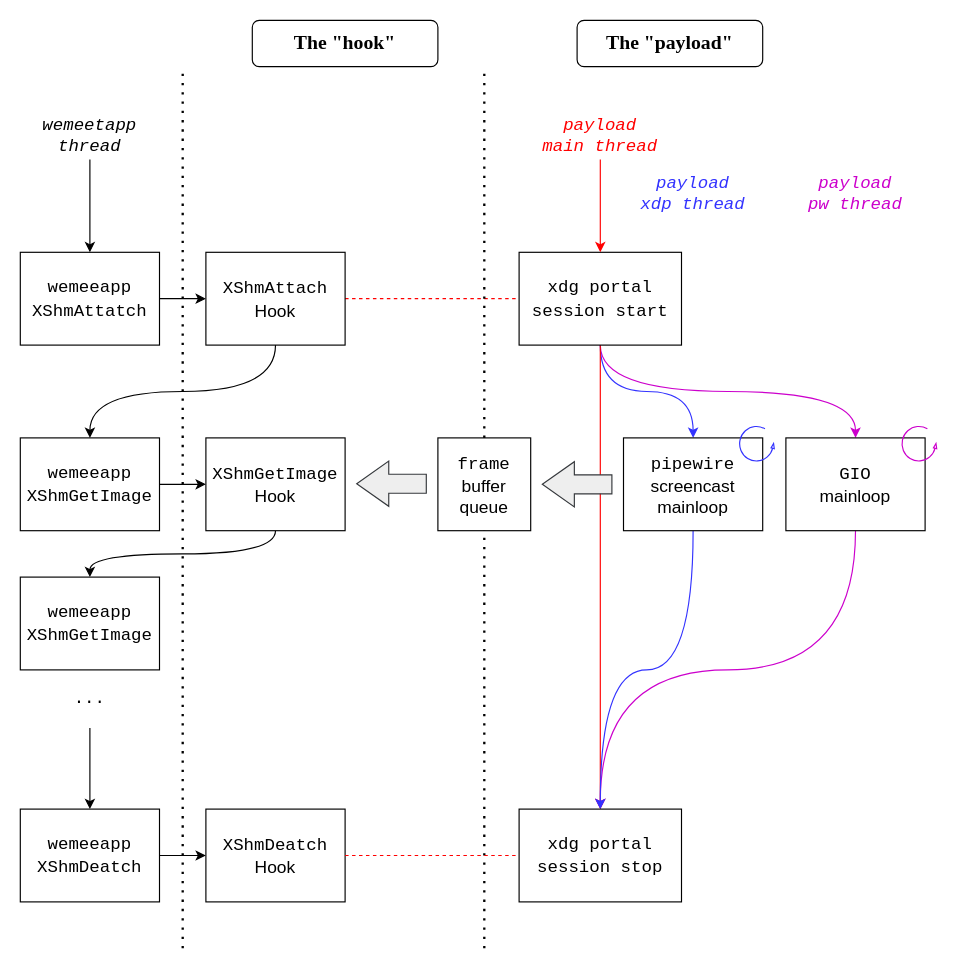
novel2430/wemeet-wayland-screenshare keeps this draw.io diagram as resource/diagram.drawio. Above is the earlier version. Source tidied: cells renumbered, new cells numbered last; positions are measured from the earlier drawing's top-left corner, leaving out a move shared by most shapes. Both pictures are drawn from the tidied source at 116%, with x=0, y=0 at pixel (20, 20).
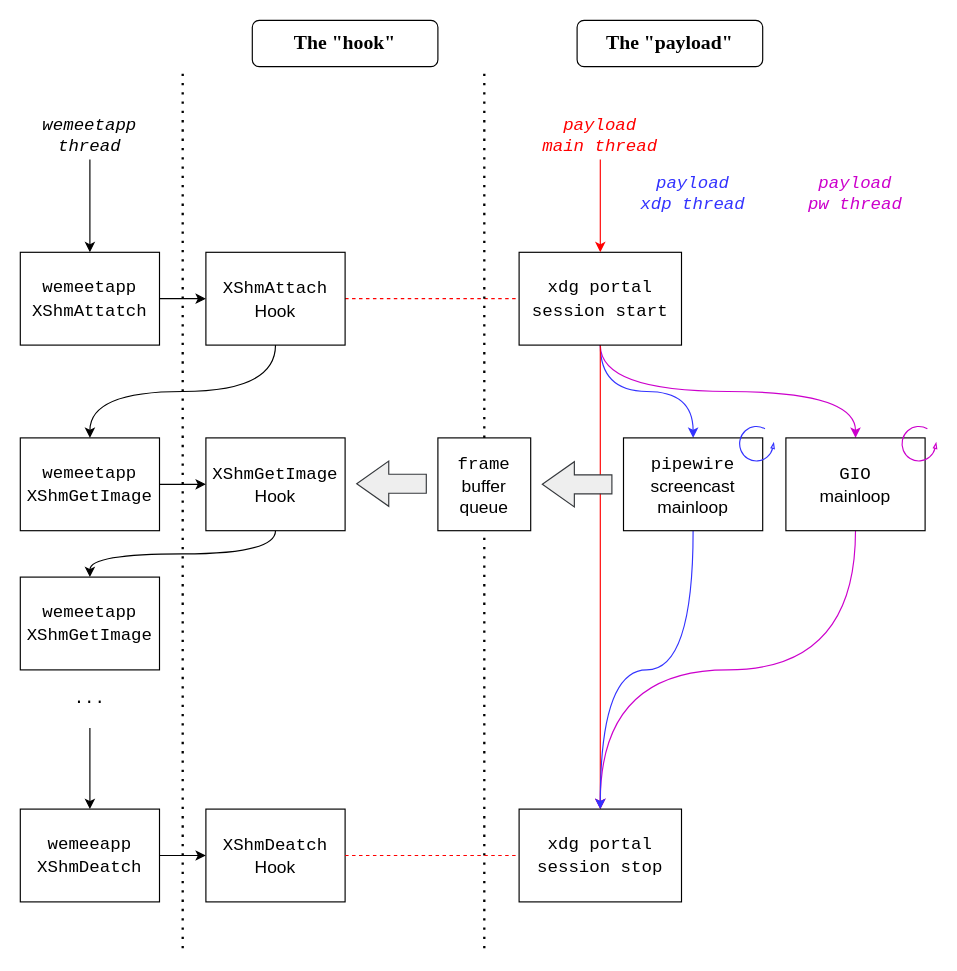
The same page after the edit.

Diff of the diagram source:
```diff
@@
-    <mxCell id="3" value="&lt;font style=&quot;font-size: 15px;&quot;&gt;&lt;font face=&quot;Courier New&quot; style=&quot;font-size: 15px;&quot;&gt;wemeeapp&lt;br style=&quot;font-size: 15px;&quot;&gt;XShmAttatch&lt;/font&gt;&lt;br style=&quot;font-size: 15px;&quot;&gt;&lt;/font&gt;" style="rounded=0;whiteSpace=wrap;html=1;fontSize=15;" parent="1" vertex="1">
+    <mxCell id="3" value="&lt;font style=&quot;font-size: 15px;&quot;&gt;&lt;font face=&quot;Courier New&quot; style=&quot;font-size: 15px;&quot;&gt;wemeetapp&lt;br style=&quot;font-size: 15px;&quot;&gt;XShmAttatch&lt;/font&gt;&lt;br style=&quot;font-size: 15px;&quot;&gt;&lt;/font&gt;" style="rounded=0;whiteSpace=wrap;html=1;fontSize=15;" parent="1" vertex="1">
       <mxGeometry y="200" width="120" height="80" as="geometry" />
     </mxCell>
@@
-    <mxCell id="5" value="&lt;font style=&quot;font-size: 15px;&quot;&gt;&lt;font face=&quot;Courier New&quot; style=&quot;font-size: 15px;&quot;&gt;wemeeapp&lt;br style=&quot;font-size: 15px;&quot;&gt;XShmGetImage&lt;/font&gt;&lt;br style=&quot;font-size: 15px;&quot;&gt;&lt;/font&gt;" style="rounded=0;whiteSpace=wrap;html=1;fontSize=15;" parent="1" vertex="1">
+    <mxCell id="5" value="&lt;font style=&quot;font-size: 15px;&quot;&gt;&lt;font face=&quot;Courier New&quot; style=&quot;font-size: 15px;&quot;&gt;wemeetapp&lt;br style=&quot;font-size: 15px;&quot;&gt;XShmGetImage&lt;/font&gt;&lt;br style=&quot;font-size: 15px;&quot;&gt;&lt;/font&gt;" style="rounded=0;whiteSpace=wrap;html=1;fontSize=15;" parent="1" vertex="1">
       <mxGeometry y="360" width="120" height="80" as="geometry" />
     </mxCell>
-    <mxCell id="6" value="&lt;font style=&quot;font-size: 15px;&quot;&gt;&lt;font face=&quot;Courier New&quot; style=&quot;font-size: 15px;&quot;&gt;wemeeapp&lt;br style=&quot;font-size: 15px;&quot;&gt;XShmGetImage&lt;/font&gt;&lt;br style=&quot;font-size: 15px;&quot;&gt;&lt;/font&gt;" style="rounded=0;whiteSpace=wrap;html=1;fontSize=15;" parent="1" vertex="1">
+    <mxCell id="6" value="&lt;font style=&quot;font-size: 15px;&quot;&gt;&lt;font face=&quot;Courier New&quot; style=&quot;font-size: 15px;&quot;&gt;wemeetapp&lt;br style=&quot;font-size: 15px;&quot;&gt;XShmGetImage&lt;/font&gt;&lt;br style=&quot;font-size: 15px;&quot;&gt;&lt;/font&gt;" style="rounded=0;whiteSpace=wrap;html=1;fontSize=15;" parent="1" vertex="1">
       <mxGeometry y="480" width="120" height="80" as="geometry" />
     </mxCell>
```
